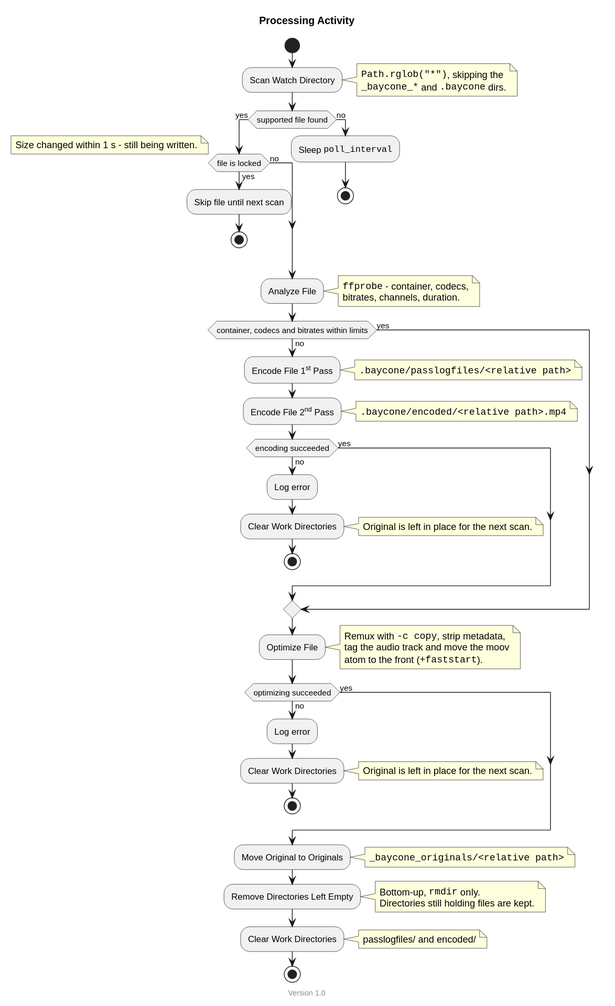
Above: docs/processing_activity.svg in theobaldik/baycone (PlantUML), before the change. Its source is kept beside it as docs/processing_activity.puml.
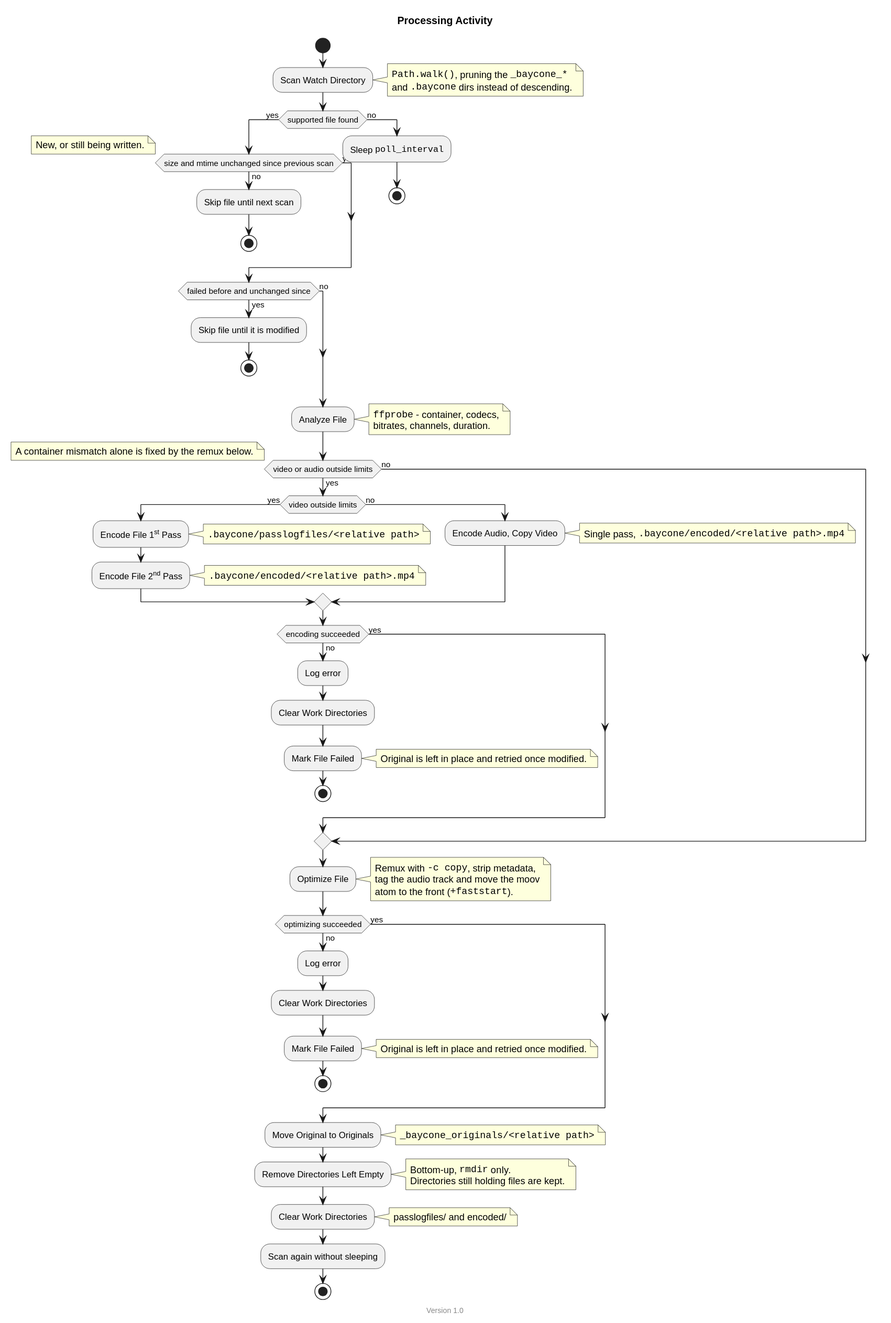
Later version of the same file.

The edit, as a diff of the source:
```diff
@@ -6,15 +6,20 @@
 start
 :Scan Watch Directory;
 note right
-    ""Path.rglob("*")"", skipping the
-    ""_baycone_*"" and "".baycone"" dirs.
+    ""Path.walk()"", pruning the ""_baycone_*""
+    and "".baycone"" dirs instead of descending.
 end note
 
 if (supported file found) then (yes)
-    if (file is locked) then (no)
+    if (size and mtime unchanged since previous scan) then (yes)
+    else (no)
+        note right: New, or still being written.
+        :Skip file until next scan;
+        stop
+    endif
+    if (failed before and unchanged since) then (no)
     else (yes)
-        note right: Size changed within 1 s - still being written.
-        :Skip file until next scan;
+        :Skip file until it is modified;
         stop
     endif
 else (no)
@@ -28,20 +33,27 @@
     bitrates, channels, duration.
 end note
 
-if (container, codecs and bitrates within limits) then (no)
-    :Encode File 1<sup>st</sup> Pass;
-    note right: "".baycone/passlogfiles/<relative path>""
-    :Encode File 2<sup>nd</sup> Pass;
-    note right: "".baycone/encoded/<relative path>.mp4""
+if (video or audio outside limits) then (yes)
+    if (video outside limits) then (yes)
+        :Encode File 1<sup>st</sup> Pass;
+        note right: "".baycone/passlogfiles/<relative path>""
+        :Encode File 2<sup>nd</sup> Pass;
+        note right: "".baycone/encoded/<relative path>.mp4""
+    else (no)
+        :Encode Audio, Copy Video;
+        note right: Single pass, "".baycone/encoded/<relative path>.mp4""
+    endif
 
     if (encoding succeeded) then (yes)
     else (no)
         :Log error;
         :Clear Work Directories;
-        note right: Original is left in place for the next scan.
+        :Mark File Failed;
+        note right: Original is left in place and retried once modified.
         stop
     endif
-else (yes)
+else (no)
+    note right: A container mismatch alone is fixed by the remux below.
 endif
 
 :Optimize File;
@@ -55,7 +67,8 @@
 else (no)
     :Log error;
     :Clear Work Directories;
-    note right: Original is left in place for the next scan.
+    :Mark File Failed;
+    note right: Original is left in place and retried once modified.
     stop
 endif
 
@@ -71,6 +84,8 @@
 :Clear Work Directories;
 note right: passlogfiles/ and encoded/
 
+:Scan again without sleeping;
+
 stop
 
 @enduml
```
